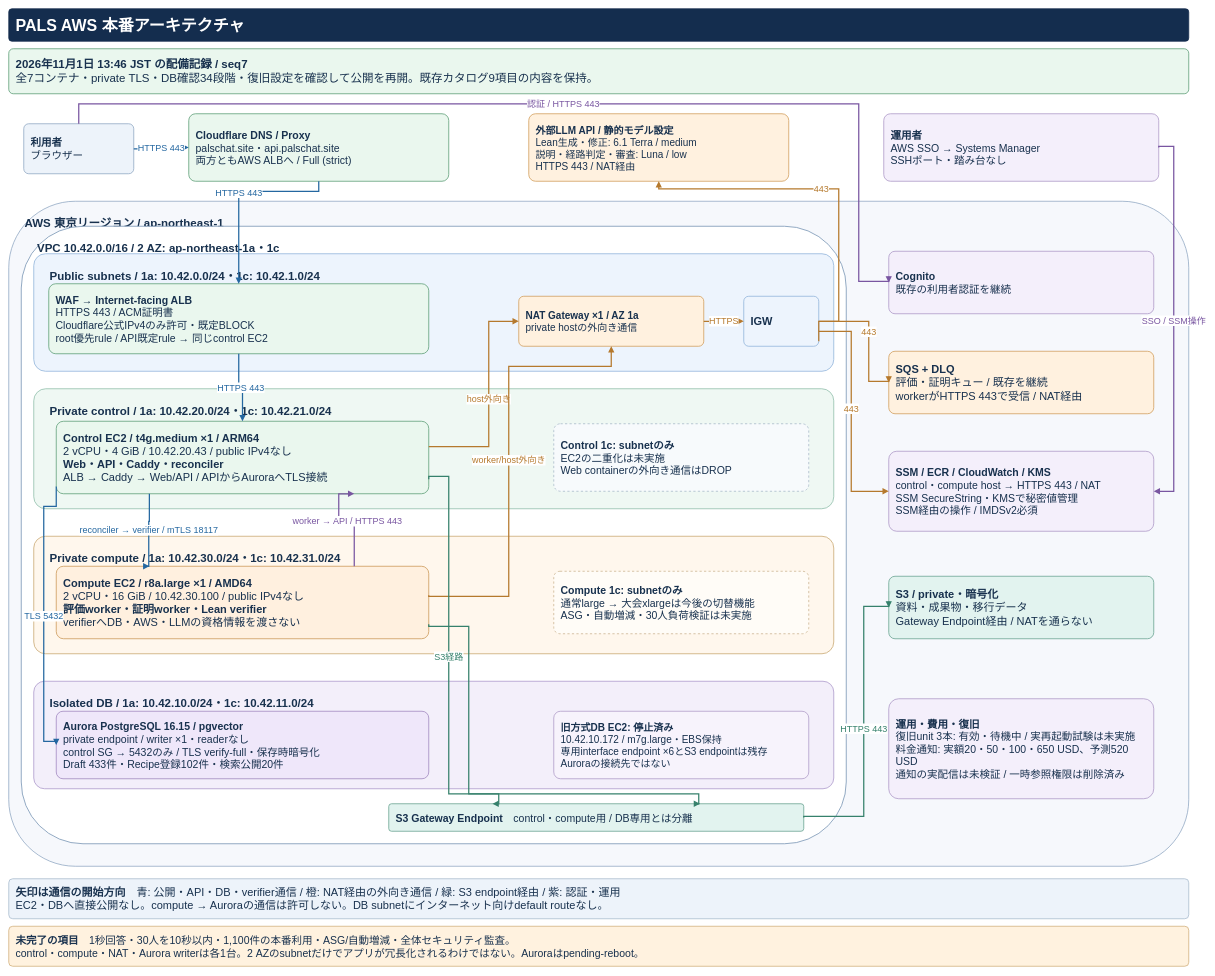
This is docs/diagrams/pals-aws-private-target.drawio from AtsushiHosaka/pals, a draw.io file, before an edit. Source tidied: cells renumbered, new cells numbered last; positions are measured from the earlier drawing's top-left corner, leaving out a move shared by most shapes. Both pictures are drawn from the tidied source at 50%, with x=0, y=0 at pixel (8, 8).
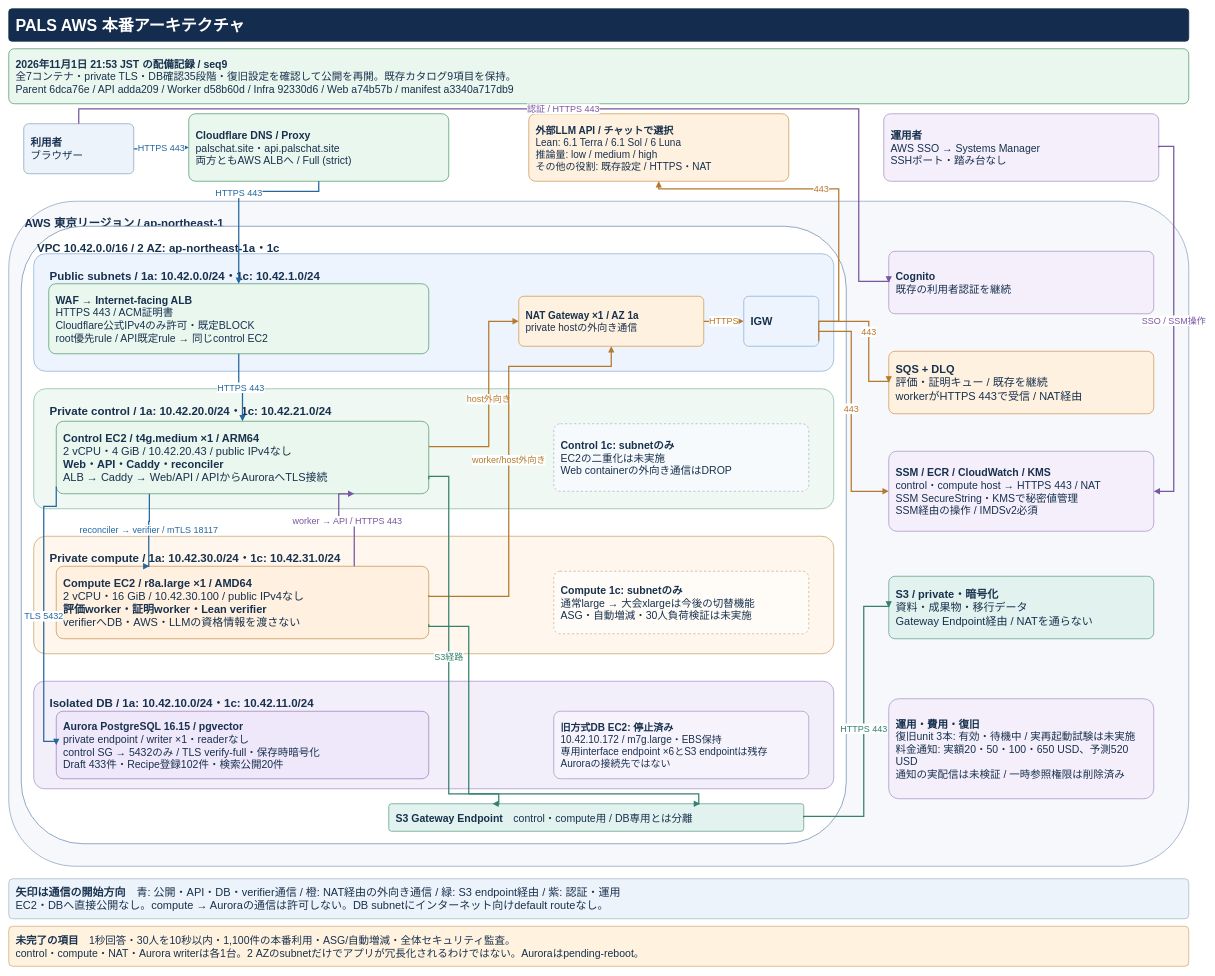
The same diagram, later.

Commit message (it also covers changes not shown here):
Document deployed sequence 9 architecture and model selection

Unchanged cells that the change refers to:
```xml
<mxCell id="10" value="&lt;b&gt;利用者&lt;/b&gt;&lt;br&gt;ブラウザー" style="rounded=1;arcSize=10;whiteSpace=wrap;html=1;fillColor=#edf3fa;strokeColor=#8ca4c0;strokeWidth=1.5;fontSize=21;fontFamily=Hiragino Sans,Noto Sans JP,Arial;fontColor=#18314e;align=left;verticalAlign=middle;spacing=14;" parent="1" vertex="1">
  <mxGeometry x="30" y="230" width="220" height="100" as="geometry" />
</mxCell>
<mxCell id="12" value="&lt;b&gt;Cognito&lt;/b&gt;&lt;br&gt;既存の利用者認証を継続" style="rounded=1;arcSize=10;whiteSpace=wrap;html=1;fillColor=#f4effb;strokeColor=#aa95c4;strokeWidth=1.5;fontSize=21;fontFamily=Hiragino Sans,Noto Sans JP,Arial;fontColor=#18314e;align=left;verticalAlign=middle;spacing=14;" parent="1" vertex="1">
  <mxGeometry x="1760" y="485" width="530" height="125" as="geometry" />
</mxCell>
```

What changed in the source:
```diff
@@
-    <mxCell id="3" value="&lt;b&gt;2026年11月1日 13:46 JST の配備記録 / seq7&lt;/b&gt;&lt;br&gt;全7コンテナ・private TLS・DB確認34段階・復旧設定を確認して公開を再開。既存カタログ9項目の内容を保持。" style="rounded=1;arcSize=10;whiteSpace=wrap;html=1;fillColor=#eaf7ee;strokeColor=#579a72;strokeWidth=1.5;fontSize=23;fontFamily=Hiragino Sans,Noto Sans JP,Arial;fontColor=#18314e;align=left;verticalAlign=middle;spacing=14;" parent="1" vertex="1">
-      <mxGeometry y="80" width="2360" height="90" as="geometry" />
+    <mxCell id="3" value="&lt;b&gt;2026年11月1日 21:53 JST の配備記録 / seq9&lt;/b&gt;&lt;br&gt;全7コンテナ・private TLS・DB確認35段階・復旧設定を確認して公開を再開。既存カタログ9項目を保持。&lt;br&gt;Parent 6dca76e / API adda209 / Worker d58b60d / Infra 92330d6 / Web a74b57b / manifest a3340a717db9" style="rounded=1;arcSize=10;whiteSpace=wrap;html=1;fillColor=#eaf7ee;strokeColor=#579a72;strokeWidth=1.5;fontSize=21;fontFamily=Hiragino Sans,Noto Sans JP,Arial;fontColor=#18314e;align=left;verticalAlign=middle;spacing=14;" parent="1" vertex="1">
+      <mxGeometry y="80" width="2360" height="110" as="geometry" />
     </mxCell>
@@
-    <mxCell id="24" value="&lt;b&gt;外部LLM API / 静的モデル設定&lt;/b&gt;&lt;br&gt;Lean生成・修正: 6.1 Terra / medium&lt;br&gt;説明・経路判定・審査: Luna / low&lt;br&gt;HTTPS 443 / NAT経由" style="rounded=1;arcSize=10;whiteSpace=wrap;html=1;fillColor=#fff1df;strokeColor=#cf9a56;strokeWidth=1.5;fontSize=20;fontFamily=Hiragino Sans,Noto Sans JP,Arial;fontColor=#18314e;align=left;verticalAlign=middle;spacing=14;" parent="1" vertex="1">
+    <mxCell id="24" value="&lt;b&gt;外部LLM API / チャットで選択&lt;/b&gt;&lt;br&gt;Lean: 6.1 Terra / 6.1 Sol / 6 Luna&lt;br&gt;推論量: low / medium / high&lt;br&gt;その他の役割: 既存設定 / HTTPS・NAT" style="rounded=1;arcSize=10;whiteSpace=wrap;html=1;fillColor=#fff1df;strokeColor=#cf9a56;strokeWidth=1.5;fontSize=20;fontFamily=Hiragino Sans,Noto Sans JP,Arial;fontColor=#18314e;align=left;verticalAlign=middle;spacing=14;" parent="1" vertex="1">
       <mxGeometry x="1040" y="210" width="520" height="135" as="geometry" />
     </mxCell>
@@
     <mxCell id="30" value="認証 / HTTPS 443" style="edgeStyle=orthogonalEdgeStyle;rounded=0;jettySize=20;html=1;endArrow=block;endFill=1;strokeWidth=2.5;strokeColor=#7956a1;fontColor=#7956a1;fontSize=18;fontFamily=Hiragino Sans,Arial;labelBackgroundColor=#ffffff;exitX=0.5;exitY=0;entryX=0;entryY=0.5;" parent="1" edge="1" source="10" target="12">
       <mxGeometry relative="1" as="geometry">
         <Array as="points">
-          <mxPoint x="140" y="190" />
-          <mxPoint x="1700" y="190" />
+          <mxPoint x="140" y="200" />
+          <mxPoint x="1700" y="200" />
           <mxPoint x="1700" y="545" />
         </Array>
       </mxGeometry>
     </mxCell>
```
